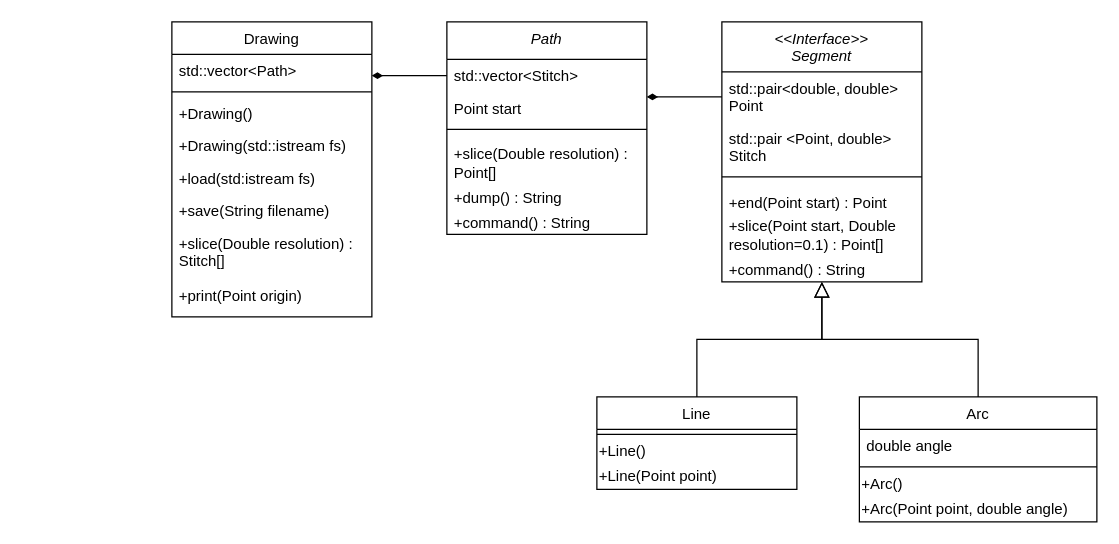
The draw.io diagram labo07.drawio in antony-carrard/heig-vd, before the edit. Source tidied: cells renumbered, new cells numbered last; positions are measured from the earlier drawing's top-left corner, leaving out a move shared by most shapes. Both pictures are drawn from the tidied source at 125%, with x=0, y=0 at pixel (171, 21).
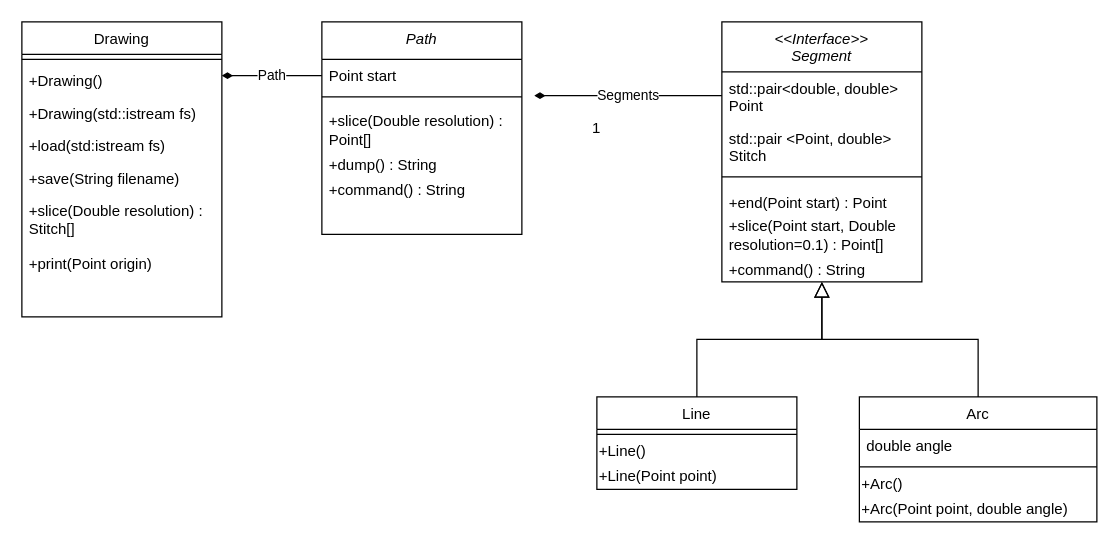
After the change.

The change refers to these unchanged cells:
```xml
<mxCell id="3" value="std::pair&lt;double, double&gt; Point" style="text;align=left;verticalAlign=top;spacingLeft=4;spacingRight=4;overflow=hidden;points=[[0,0.5],[1,0.5]];portConstraint=eastwest;rounded=0;shadow=0;html=0;whiteSpace=wrap;" parent="2" vertex="1">
  <mxGeometry y="40" width="160" height="40" as="geometry" />
</mxCell>
```

Change to the diagram source:
```diff
@@
     <mxCell id="20" value="Drawing" style="swimlane;fontStyle=0;align=center;verticalAlign=top;horizontal=1;startSize=26;rounded=0;shadow=0;strokeWidth=1;" parent="1" vertex="1">
-      <mxGeometry width="160" height="236" as="geometry" />
+      <mxGeometry x="-120" width="160" height="236" as="geometry" />
     </mxCell>
-    <mxCell id="21" value="std::vector&lt;Path&gt;" style="text;align=left;verticalAlign=top;spacingLeft=4;spacingRight=4;overflow=hidden;" parent="20" vertex="1">
-      <mxGeometry y="26" width="160" height="26" as="geometry" />
-    </mxCell>
     <mxCell id="22" style="line;html=1;strokeWidth=1;align=left;verticalAlign=middle;spacingTop=-1;spacingLeft=3;spacingRight=3;labelPosition=right;" parent="20" vertex="1">
-      <mxGeometry y="52" width="160" height="8" as="geometry" />
+      <mxGeometry y="26" width="160" height="8" as="geometry" />
     </mxCell>
     <mxCell id="23" value="+Drawing()" style="text;align=left;verticalAlign=top;spacingLeft=4;spacingRight=4;overflow=hidden;" parent="20" vertex="1">
-      <mxGeometry y="60" width="160" height="26" as="geometry" />
+      <mxGeometry y="34" width="160" height="26" as="geometry" />
     </mxCell>
     <mxCell id="24" value="+Drawing(std::istream fs)&#10;" style="text;align=left;verticalAlign=top;spacingLeft=4;spacingRight=4;overflow=hidden;" parent="20" vertex="1">
-      <mxGeometry y="86" width="160" height="26" as="geometry" />
+      <mxGeometry y="60" width="160" height="26" as="geometry" />
     </mxCell>
     <mxCell id="25" value="+load(std:istream fs)" style="text;align=left;verticalAlign=top;spacingLeft=4;spacingRight=4;overflow=hidden;" parent="20" vertex="1">
-      <mxGeometry y="112" width="160" height="26" as="geometry" />
+      <mxGeometry y="86" width="160" height="26" as="geometry" />
     </mxCell>
     <mxCell id="26" value="+save(String filename)" style="text;align=left;verticalAlign=top;spacingLeft=4;spacingRight=4;overflow=hidden;" parent="20" vertex="1">
-      <mxGeometry y="138" width="160" height="26" as="geometry" />
+      <mxGeometry y="112" width="160" height="26" as="geometry" />
     </mxCell>
     <mxCell id="27" value="+slice(Double resolution) : Stitch[]" style="text;align=left;verticalAlign=top;spacingLeft=4;spacingRight=4;overflow=hidden;whiteSpace=wrap;html=1;" parent="20" vertex="1">
-      <mxGeometry y="164" width="160" height="42" as="geometry" />
+      <mxGeometry y="138" width="160" height="42" as="geometry" />
     </mxCell>
     <mxCell id="28" value="+print(Point origin)" style="text;align=left;verticalAlign=top;spacingLeft=4;spacingRight=4;overflow=hidden;whiteSpace=wrap;html=1;" parent="20" vertex="1">
-      <mxGeometry y="206" width="160" height="30" as="geometry" />
+      <mxGeometry y="180" width="160" height="30" as="geometry" />
     </mxCell>
     <mxCell id="29" value="Path" style="swimlane;fontStyle=2;align=center;verticalAlign=top;horizontal=1;startSize=30;rounded=0;shadow=0;strokeWidth=1;" parent="1" vertex="1">
-      <mxGeometry x="220" width="160" height="170" as="geometry" />
+      <mxGeometry x="120" width="160" height="170" as="geometry" />
     </mxCell>
-    <mxCell id="30" value="std::vector&lt;Stitch&gt;" style="text;align=left;verticalAlign=top;spacingLeft=4;spacingRight=4;overflow=hidden;points=[[0,0.5],[1,0.5]];portConstraint=eastwest;rounded=0;shadow=0;html=0;" parent="29" vertex="1">
-      <mxGeometry y="30" width="160" height="26" as="geometry" />
-    </mxCell>
     <mxCell id="31" value="Point start" style="text;align=left;verticalAlign=top;spacingLeft=4;spacingRight=4;overflow=hidden;rounded=0;shadow=0;html=0;" parent="29" vertex="1">
-      <mxGeometry y="56" width="160" height="26" as="geometry" />
+      <mxGeometry y="30" width="160" height="26" as="geometry" />
     </mxCell>
     <mxCell id="32" style="line;html=1;strokeWidth=1;align=left;verticalAlign=middle;spacingTop=-1;spacingLeft=3;spacingRight=3;labelPosition=right;" parent="29" vertex="1">
-      <mxGeometry y="82" width="160" height="8" as="geometry" />
+      <mxGeometry y="56" width="160" height="8" as="geometry" />
     </mxCell>
     <mxCell id="33" value="+slice(Double resolution) : Point[]" style="text;align=left;verticalAlign=bottom;spacingLeft=4;spacingRight=4;overflow=hidden;whiteSpace=wrap;" parent="29" vertex="1">
-      <mxGeometry y="90" width="160" height="40" as="geometry" />
+      <mxGeometry y="64" width="160" height="40" as="geometry" />
     </mxCell>
     <mxCell id="34" value="+dump() : String" style="text;html=1;strokeColor=none;fillColor=none;align=left;verticalAlign=bottom;whiteSpace=wrap;spacingLeft=4;spacingRight=4;" parent="29" vertex="1">
-      <mxGeometry y="130" width="160" height="20" as="geometry" />
+      <mxGeometry y="104" width="160" height="20" as="geometry" />
     </mxCell>
     <mxCell id="35" value="+command() : String" style="text;html=1;strokeColor=none;fillColor=none;align=left;verticalAlign=bottom;whiteSpace=wrap;spacingLeft=4;spacingRight=4;" parent="29" vertex="1">
-      <mxGeometry y="150" width="160" height="20" as="geometry" />
+      <mxGeometry y="124" width="160" height="20" as="geometry" />
     </mxCell>
-    <mxCell id="36" style="edgeStyle=orthogonalEdgeStyle;rounded=0;jettySize=auto;html=1;exitX=0;exitY=0.5;exitDx=0;exitDy=0;endArrow=diamondThin;endFill=1;" parent="1" edge="1" source="3">
+    <mxCell id="36" value="Segments" style="edgeStyle=orthogonalEdgeStyle;rounded=0;orthogonalLoop=1;jettySize=auto;html=1;exitX=0;exitY=0.5;exitDx=0;exitDy=0;endArrow=diamondThin;endFill=1;" parent="1" edge="1">
       <mxGeometry relative="1" as="geometry">
-        <mxPoint x="380" y="60" as="targetPoint" />
+        <mxPoint x="440" y="59" as="sourcePoint" />
+        <mxPoint x="290" y="59" as="targetPoint" />
       </mxGeometry>
     </mxCell>
-    <mxCell id="37" style="edgeStyle=orthogonalEdgeStyle;rounded=0;jettySize=auto;html=1;exitX=0;exitY=0.5;exitDx=0;exitDy=0;endArrow=diamondThin;endFill=1;" parent="1" edge="1" source="30">
+    <mxCell id="37" value="Path" style="edgeStyle=orthogonalEdgeStyle;rounded=0;orthogonalLoop=1;jettySize=auto;html=1;exitX=0;exitY=0.5;exitDx=0;exitDy=0;endArrow=diamondThin;endFill=1;" parent="1" edge="1">
       <mxGeometry relative="1" as="geometry">
-        <mxPoint x="160" y="43" as="targetPoint" />
+        <mxPoint x="120" y="43" as="sourcePoint" />
+        <mxPoint x="40" y="43" as="targetPoint" />
       </mxGeometry>
     </mxCell>
+    <mxCell id="38" value="1" style="text;html=1;strokeColor=none;fillColor=none;align=center;verticalAlign=middle;whiteSpace=wrap;rounded=0;" parent="1" vertex="1">
+      <mxGeometry x="320" y="75" width="40" height="20" as="geometry" />
+    </mxCell>
```
